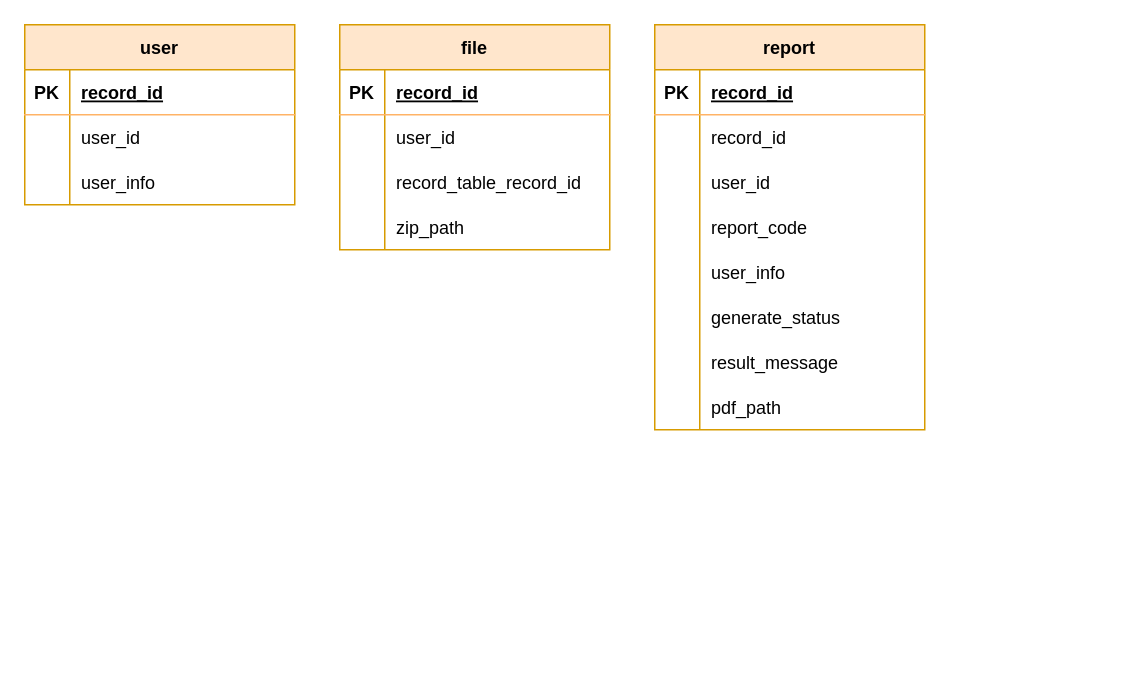
The draw.io diagram doc/ReportGenerator.drawio in koshouchiang/ReportGeneratorServer, before the edit. Source tidied: cells renumbered, new cells numbered last; positions are measured from the earlier drawing's top-left corner, leaving out a move shared by most shapes. Both pictures are drawn from the tidied source at 150%, with x=0, y=0 at pixel (24, 24).
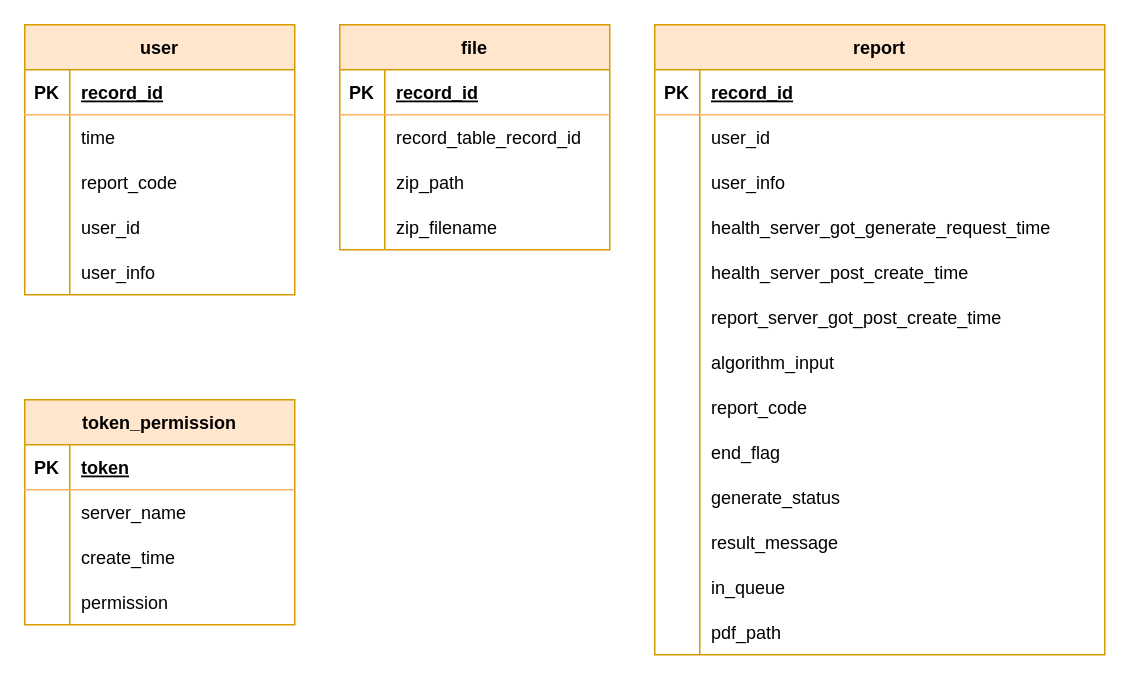
The same page after the edit.

Unchanged cells that the change refers to:
```xml
<mxCell id="6" style="shape=partialRectangle;fillColor=none;top=0;left=0;bottom=0;right=0;" parent="2" vertex="1">
  <mxGeometry y="60" width="180" height="30" as="geometry" />
</mxCell>
<mxCell id="16" style="shape=partialRectangle;fillColor=none;top=0;left=0;bottom=0;right=0;" parent="12" vertex="1">
  <mxGeometry y="60" width="180" height="30" as="geometry" />
</mxCell>
<mxCell id="19" style="shape=partialRectangle;fillColor=none;top=0;left=0;bottom=0;right=0;" parent="12" vertex="1">
  <mxGeometry y="90" width="180" height="30" as="geometry" />
</mxCell>
<mxCell id="22" style="shape=partialRectangle;fillColor=none;top=0;left=0;bottom=0;right=0;" parent="12" vertex="1">
  <mxGeometry y="120" width="180" height="30" as="geometry" />
</mxCell>
```

Change to the diagram source:
```diff
@@
     <mxCell id="2" value="user" style="shape=table;startSize=30;childLayout=tableLayout;rowLines=0;fontStyle=1;align=center;fillColor=#ffe6cc;strokeColor=#d79b00;" parent="1" vertex="1">
-      <mxGeometry width="180" height="120" as="geometry" />
+      <mxGeometry width="180" height="180" as="geometry" />
     </mxCell>
@@
-    <mxCell id="8" value="user_id" style="shape=partialRectangle;fillColor=none;top=0;left=0;bottom=0;right=0;align=left;spacingLeft=6;overflow=hidden;" parent="6" vertex="1">
+    <mxCell id="8" value="time" style="shape=partialRectangle;fillColor=none;top=0;left=0;bottom=0;right=0;align=left;spacingLeft=6;overflow=hidden;" parent="6" vertex="1">
       <mxGeometry x="30" width="150" height="30" as="geometry" />
     </mxCell>
     <mxCell id="9" style="shape=partialRectangle;fillColor=none;top=0;left=0;bottom=0;right=0;" parent="2" vertex="1">
-      <mxGeometry y="90" width="180" height="30" as="geometry" />
+      <mxGeometry y="90" width="180" height="90" as="geometry" />
     </mxCell>
     <mxCell id="10" style="shape=partialRectangle;fillColor=none;top=0;left=0;bottom=0;right=0;overflow=hidden;" parent="9" vertex="1">
-      <mxGeometry width="30" height="30" as="geometry" />
+      <mxGeometry width="30" height="90" as="geometry" />
     </mxCell>
-    <mxCell id="11" value="user_info" style="shape=partialRectangle;fillColor=none;top=0;left=0;bottom=0;right=0;align=left;spacingLeft=6;overflow=hidden;" parent="9" vertex="1">
-      <mxGeometry x="30" width="150" height="30" as="geometry" />
+    <mxCell id="11" style="shape=partialRectangle;fillColor=none;top=0;left=0;bottom=0;right=0;align=left;spacingLeft=6;overflow=hidden;" parent="9" vertex="1">
+      <mxGeometry x="30" width="150" height="90" as="geometry" />
     </mxCell>
@@
-    <mxCell id="18" value="user_id" style="shape=partialRectangle;fillColor=none;top=0;left=0;bottom=0;right=0;align=left;spacingLeft=6;overflow=hidden;" parent="16" vertex="1">
+    <mxCell id="18" value="record_table_record_id" style="shape=partialRectangle;fillColor=none;top=0;left=0;bottom=0;right=0;align=left;spacingLeft=6;overflow=hidden;" parent="16" vertex="1">
       <mxGeometry x="30" width="150" height="30" as="geometry" />
     </mxCell>
@@
-    <mxCell id="21" value="record_table_record_id" style="shape=partialRectangle;fillColor=none;top=0;left=0;bottom=0;right=0;align=left;spacingLeft=6;overflow=hidden;" parent="19" vertex="1">
+    <mxCell id="21" value="zip_path" style="shape=partialRectangle;fillColor=none;top=0;left=0;bottom=0;right=0;align=left;spacingLeft=6;overflow=hidden;" parent="19" vertex="1">
       <mxGeometry x="30" width="150" height="30" as="geometry" />
     </mxCell>
@@
-    <mxCell id="24" value="zip_path" style="shape=partialRectangle;fillColor=none;top=0;left=0;bottom=0;right=0;align=left;spacingLeft=6;overflow=hidden;" parent="22" vertex="1">
+    <mxCell id="24" value="zip_filename" style="shape=partialRectangle;fillColor=none;top=0;left=0;bottom=0;right=0;align=left;spacingLeft=6;overflow=hidden;" parent="22" vertex="1">
       <mxGeometry x="30" width="150" height="30" as="geometry" />
     </mxCell>
     <mxCell id="25" value="report" style="shape=table;startSize=30;childLayout=tableLayout;rowLines=0;fontStyle=1;align=center;fillColor=#ffe6cc;strokeColor=#d79b00;" parent="1" vertex="1">
-      <mxGeometry x="420" width="180" height="270" as="geometry" />
+      <mxGeometry x="420" width="300" height="420" as="geometry" />
     </mxCell>
     <mxCell id="26" style="shape=partialRectangle;fillColor=none;top=0;left=0;bottom=1;right=0;strokeColor=#FFB366;" parent="25" vertex="1">
-      <mxGeometry y="30" width="180" height="30" as="geometry" />
+      <mxGeometry y="30" width="300" height="30" as="geometry" />
     </mxCell>
@@
     <mxCell id="28" value="record_id" style="shape=partialRectangle;fillColor=none;top=0;left=0;bottom=0;right=0;align=left;spacingLeft=6;fontStyle=5;overflow=hidden;" parent="26" vertex="1">
-      <mxGeometry x="30" width="150" height="30" as="geometry" />
+      <mxGeometry x="30" width="270" height="30" as="geometry" />
     </mxCell>
     <mxCell id="29" style="shape=partialRectangle;fillColor=none;top=0;left=0;bottom=0;right=0;" parent="25" vertex="1">
-      <mxGeometry y="60" width="180" height="30" as="geometry" />
+      <mxGeometry y="60" width="300" height="30" as="geometry" />
     </mxCell>
@@
-    <mxCell id="31" value="record_id" style="shape=partialRectangle;fillColor=none;top=0;left=0;bottom=0;right=0;align=left;spacingLeft=6;overflow=hidden;" parent="29" vertex="1">
-      <mxGeometry x="30" width="150" height="30" as="geometry" />
+    <mxCell id="31" value="user_id" style="shape=partialRectangle;fillColor=none;top=0;left=0;bottom=0;right=0;align=left;spacingLeft=6;overflow=hidden;" parent="29" vertex="1">
+      <mxGeometry x="30" width="270" height="30" as="geometry" />
     </mxCell>
     <mxCell id="32" style="shape=partialRectangle;fillColor=none;top=0;left=0;bottom=0;right=0;" parent="25" vertex="1">
-      <mxGeometry y="90" width="180" height="30" as="geometry" />
+      <mxGeometry y="90" width="300" height="30" as="geometry" />
     </mxCell>
@@
-    <mxCell id="34" value="user_id" style="shape=partialRectangle;fillColor=none;top=0;left=0;bottom=0;right=0;align=left;spacingLeft=6;overflow=hidden;" parent="32" vertex="1">
-      <mxGeometry x="30" width="150" height="30" as="geometry" />
+    <mxCell id="34" value="user_info" style="shape=partialRectangle;fillColor=none;top=0;left=0;bottom=0;right=0;align=left;spacingLeft=6;overflow=hidden;" parent="32" vertex="1">
+      <mxGeometry x="30" width="270" height="30" as="geometry" />
     </mxCell>
     <mxCell id="35" style="shape=partialRectangle;fillColor=none;top=0;left=0;bottom=0;right=0;" parent="25" vertex="1">
-      <mxGeometry y="120" width="180" height="30" as="geometry" />
+      <mxGeometry y="120" width="300" height="30" as="geometry" />
     </mxCell>
@@
-    <mxCell id="37" value="report_code" style="shape=partialRectangle;fillColor=none;top=0;left=0;bottom=0;right=0;align=left;spacingLeft=6;overflow=hidden;" parent="35" vertex="1">
-      <mxGeometry x="30" width="150" height="30" as="geometry" />
+    <mxCell id="37" value="health_server_got_generate_request_time" style="shape=partialRectangle;fillColor=none;top=0;left=0;bottom=0;right=0;align=left;spacingLeft=6;overflow=hidden;" parent="35" vertex="1">
+      <mxGeometry x="30" width="270" height="30" as="geometry" />
     </mxCell>
     <mxCell id="38" style="shape=partialRectangle;fillColor=none;top=0;left=0;bottom=0;right=0;" parent="25" vertex="1">
-      <mxGeometry y="150" width="180" height="30" as="geometry" />
+      <mxGeometry y="150" width="300" height="30" as="geometry" />
     </mxCell>
@@
-    <mxCell id="40" value="user_info" style="shape=partialRectangle;fillColor=none;top=0;left=0;bottom=0;right=0;align=left;spacingLeft=6;overflow=hidden;" parent="38" vertex="1">
-      <mxGeometry x="30" width="150" height="30" as="geometry" />
+    <mxCell id="40" value="health_server_post_create_time" style="shape=partialRectangle;fillColor=none;top=0;left=0;bottom=0;right=0;align=left;spacingLeft=6;overflow=hidden;" parent="38" vertex="1">
+      <mxGeometry x="30" width="270" height="30" as="geometry" />
     </mxCell>
     <mxCell id="41" style="shape=partialRectangle;fillColor=none;top=0;left=0;bottom=0;right=0;" parent="25" vertex="1">
-      <mxGeometry y="180" width="180" height="30" as="geometry" />
+      <mxGeometry y="180" width="300" height="30" as="geometry" />
     </mxCell>
@@
-    <mxCell id="43" value="generate_status" style="shape=partialRectangle;fillColor=none;top=0;left=0;bottom=0;right=0;align=left;spacingLeft=6;overflow=hidden;" parent="41" vertex="1">
-      <mxGeometry x="30" width="150" height="30" as="geometry" />
+    <mxCell id="43" value="report_server_got_post_create_time" style="shape=partialRectangle;fillColor=none;top=0;left=0;bottom=0;right=0;align=left;spacingLeft=6;overflow=hidden;" parent="41" vertex="1">
+      <mxGeometry x="30" width="270" height="30" as="geometry" />
     </mxCell>
     <mxCell id="44" style="shape=partialRectangle;fillColor=none;top=0;left=0;bottom=0;right=0;" parent="25" vertex="1">
-      <mxGeometry y="210" width="180" height="30" as="geometry" />
+      <mxGeometry y="210" width="300" height="30" as="geometry" />
     </mxCell>
@@
-    <mxCell id="46" value="result_message" style="shape=partialRectangle;fillColor=none;top=0;left=0;bottom=0;right=0;align=left;spacingLeft=6;overflow=hidden;" parent="44" vertex="1">
-      <mxGeometry x="30" width="150" height="30" as="geometry" />
+    <mxCell id="46" value="algorithm_input" style="shape=partialRectangle;fillColor=none;top=0;left=0;bottom=0;right=0;align=left;spacingLeft=6;overflow=hidden;" parent="44" vertex="1">
+      <mxGeometry x="30" width="270" height="30" as="geometry" />
     </mxCell>
     <mxCell id="47" style="shape=partialRectangle;fillColor=none;top=0;left=0;bottom=0;right=0;" parent="25" vertex="1">
-      <mxGeometry y="240" width="180" height="30" as="geometry" />
+      <mxGeometry y="240" width="300" height="180" as="geometry" />
     </mxCell>
     <mxCell id="48" style="shape=partialRectangle;fillColor=none;top=0;left=0;bottom=0;right=0;overflow=hidden;" parent="47" vertex="1">
-      <mxGeometry width="30" height="30" as="geometry" />
+      <mxGeometry width="30" height="180" as="geometry" />
     </mxCell>
-    <mxCell id="49" value="pdf_path" style="shape=partialRectangle;fillColor=none;top=0;left=0;bottom=0;right=0;align=left;spacingLeft=6;overflow=hidden;" parent="47" vertex="1">
-      <mxGeometry x="30" width="150" height="30" as="geometry" />
+    <mxCell id="49" style="shape=partialRectangle;fillColor=none;top=0;left=0;bottom=0;right=0;align=left;spacingLeft=6;overflow=hidden;" parent="47" vertex="1">
+      <mxGeometry x="30" width="270" height="180" as="geometry" />
     </mxCell>
+    <mxCell id="50" value="report_code" style="shape=partialRectangle;fillColor=none;top=0;left=0;bottom=0;right=0;align=left;spacingLeft=6;overflow=hidden;" parent="1" vertex="1">
+      <mxGeometry x="30" y="90" width="150" height="30" as="geometry" />
+    </mxCell>
+    <mxCell id="51" value="user_id" style="shape=partialRectangle;fillColor=none;top=0;left=0;bottom=0;right=0;align=left;spacingLeft=6;overflow=hidden;" parent="1" vertex="1">
+      <mxGeometry x="30" y="120" width="150" height="30" as="geometry" />
+    </mxCell>
+    <mxCell id="52" value="user_info" style="shape=partialRectangle;fillColor=none;top=0;left=0;bottom=0;right=0;align=left;spacingLeft=6;overflow=hidden;" parent="1" vertex="1">
+      <mxGeometry x="30" y="150" width="150" height="30" as="geometry" />
+    </mxCell>
+    <mxCell id="53" value="report_code" style="shape=partialRectangle;fillColor=none;top=0;left=0;bottom=0;right=0;align=left;spacingLeft=6;overflow=hidden;" parent="1" vertex="1">
+      <mxGeometry x="450" y="240" width="270" height="30" as="geometry" />
+    </mxCell>
+    <mxCell id="54" value="generate_status" style="shape=partialRectangle;fillColor=none;top=0;left=0;bottom=0;right=0;align=left;spacingLeft=6;overflow=hidden;" parent="1" vertex="1">
+      <mxGeometry x="450" y="300" width="270" height="30" as="geometry" />
+    </mxCell>
+    <mxCell id="55" value="result_message" style="shape=partialRectangle;fillColor=none;top=0;left=0;bottom=0;right=0;align=left;spacingLeft=6;overflow=hidden;" parent="1" vertex="1">
+      <mxGeometry x="450" y="330" width="270" height="30" as="geometry" />
+    </mxCell>
+    <mxCell id="56" value="in_queue" style="shape=partialRectangle;fillColor=none;top=0;left=0;bottom=0;right=0;align=left;spacingLeft=6;overflow=hidden;" parent="1" vertex="1">
+      <mxGeometry x="450" y="360" width="270" height="30" as="geometry" />
+    </mxCell>
+    <mxCell id="57" value="token_permission" style="shape=table;startSize=30;childLayout=tableLayout;rowLines=0;fontStyle=1;align=center;fillColor=#ffe6cc;strokeColor=#d79b00;" parent="1" vertex="1">
+      <mxGeometry y="250" width="180" height="150" as="geometry" />
+    </mxCell>
+    <mxCell id="58" style="shape=partialRectangle;fillColor=none;top=0;left=0;bottom=1;right=0;strokeColor=#FFB366;" parent="57" vertex="1">
+      <mxGeometry y="30" width="180" height="30" as="geometry" />
+    </mxCell>
+    <mxCell id="59" value="PK" style="shape=partialRectangle;fillColor=none;top=0;left=0;bottom=0;right=0;fontStyle=1;overflow=hidden;" parent="58" vertex="1">
+      <mxGeometry width="30" height="30" as="geometry" />
+    </mxCell>
+    <mxCell id="60" value="token" style="shape=partialRectangle;fillColor=none;top=0;left=0;bottom=0;right=0;align=left;spacingLeft=6;fontStyle=5;overflow=hidden;" parent="58" vertex="1">
+      <mxGeometry x="30" width="150" height="30" as="geometry" />
+    </mxCell>
+    <mxCell id="61" style="shape=partialRectangle;fillColor=none;top=0;left=0;bottom=0;right=0;" parent="57" vertex="1">
+      <mxGeometry y="60" width="180" height="30" as="geometry" />
+    </mxCell>
+    <mxCell id="62" style="shape=partialRectangle;fillColor=none;top=0;left=0;bottom=0;right=0;overflow=hidden;" parent="61" vertex="1">
+      <mxGeometry width="30" height="30" as="geometry" />
+    </mxCell>
+    <mxCell id="63" value="server_name" style="shape=partialRectangle;fillColor=none;top=0;left=0;bottom=0;right=0;align=left;spacingLeft=6;overflow=hidden;" parent="61" vertex="1">
+      <mxGeometry x="30" width="150" height="30" as="geometry" />
+    </mxCell>
+    <mxCell id="64" style="shape=partialRectangle;fillColor=none;top=0;left=0;bottom=0;right=0;" parent="57" vertex="1">
+      <mxGeometry y="90" width="180" height="30" as="geometry" />
+    </mxCell>
+    <mxCell id="65" style="shape=partialRectangle;fillColor=none;top=0;left=0;bottom=0;right=0;overflow=hidden;" parent="64" vertex="1">
+      <mxGeometry width="30" height="30" as="geometry" />
+    </mxCell>
+    <mxCell id="66" value="create_time" style="shape=partialRectangle;fillColor=none;top=0;left=0;bottom=0;right=0;align=left;spacingLeft=6;overflow=hidden;" parent="64" vertex="1">
+      <mxGeometry x="30" width="150" height="30" as="geometry" />
+    </mxCell>
+    <mxCell id="67" style="shape=partialRectangle;fillColor=none;top=0;left=0;bottom=0;right=0;" parent="57" vertex="1">
+      <mxGeometry y="120" width="180" height="30" as="geometry" />
+    </mxCell>
+    <mxCell id="68" style="shape=partialRectangle;fillColor=none;top=0;left=0;bottom=0;right=0;overflow=hidden;" parent="67" vertex="1">
+      <mxGeometry width="30" height="30" as="geometry" />
+    </mxCell>
+    <mxCell id="69" value="permission" style="shape=partialRectangle;fillColor=none;top=0;left=0;bottom=0;right=0;align=left;spacingLeft=6;overflow=hidden;" parent="67" vertex="1">
+      <mxGeometry x="30" width="150" height="30" as="geometry" />
+    </mxCell>
+    <mxCell id="70" value="end_flag" style="shape=partialRectangle;fillColor=none;top=0;left=0;bottom=0;right=0;align=left;spacingLeft=6;overflow=hidden;" parent="1" vertex="1">
+      <mxGeometry x="450" y="270" width="270" height="30" as="geometry" />
+    </mxCell>
+    <mxCell id="71" value="pdf_path" style="shape=partialRectangle;fillColor=none;top=0;left=0;bottom=0;right=0;align=left;spacingLeft=6;overflow=hidden;" parent="1" vertex="1">
+      <mxGeometry x="450" y="390" width="270" height="30" as="geometry" />
+    </mxCell>
```
